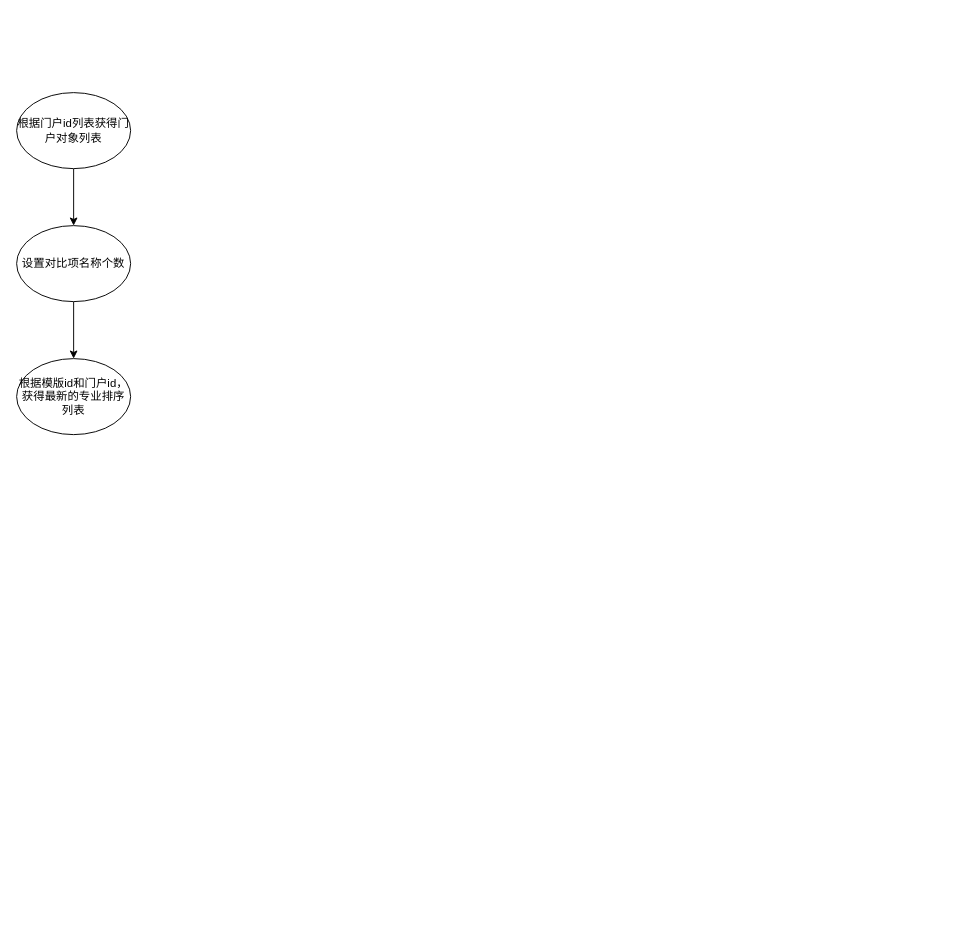
Before: 接口流程图.drawio in KeatonLi/pictures, a draw.io diagram. Source tidied: cells renumbered, new cells numbered last; positions are measured from the earlier drawing's top-left corner, leaving out a move shared by most shapes. Both pictures are drawn from the tidied source at 95%, with x=0, y=0 at pixel (16, 92).
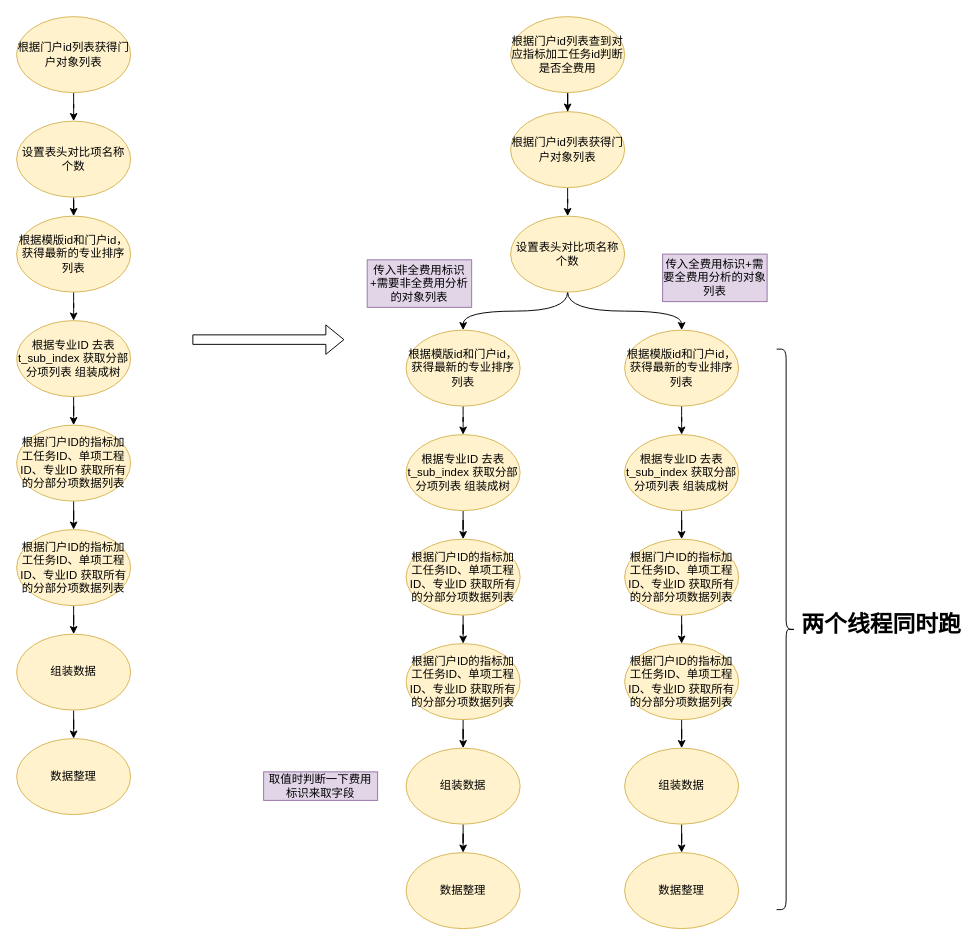
The same page after the edit.

Commit message (it also covers changes not shown here):
更新接口流程图.drawio

What changed in the source:
```diff
@@
-    <mxCell id="2" style="edgeStyle=orthogonalEdgeStyle;rounded=0;jettySize=auto;html=1;entryX=0.5;entryY=0;entryDx=0;entryDy=0;" parent="1" edge="1" source="3" target="5">
+    <mxCell id="2" style="edgeStyle=orthogonalEdgeStyle;rounded=1;jettySize=auto;html=1;entryX=0.5;entryY=0;entryDx=0;entryDy=0;" parent="1" edge="1" source="3" target="5">
       <mxGeometry relative="1" as="geometry" />
     </mxCell>
-    <mxCell id="3" value="根据门户id列表获得门户对象列表" style="ellipse;whiteSpace=wrap;html=1;" parent="1" vertex="1">
-      <mxGeometry width="120" height="80" as="geometry" />
+    <mxCell id="3" value="根据门户id列表获得门户对象列表" style="ellipse;whiteSpace=wrap;html=1;rounded=1;fillColor=#fff2cc;strokeColor=#d6b656;" parent="1" vertex="1">
+      <mxGeometry y="-80" width="120" height="80" as="geometry" />
     </mxCell>
-    <mxCell id="4" style="edgeStyle=orthogonalEdgeStyle;rounded=0;jettySize=auto;html=1;entryX=0.5;entryY=0;entryDx=0;entryDy=0;" parent="1" edge="1" source="5" target="6">
+    <mxCell id="4" style="edgeStyle=orthogonalEdgeStyle;rounded=1;jettySize=auto;html=1;entryX=0.5;entryY=0;entryDx=0;entryDy=0;" parent="1" edge="1" source="5" target="6">
       <mxGeometry relative="1" as="geometry" />
     </mxCell>
-    <mxCell id="5" value="设置对比项名称个数" style="ellipse;whiteSpace=wrap;html=1;" parent="1" vertex="1">
-      <mxGeometry y="140" width="120" height="80" as="geometry" />
+    <mxCell id="5" value="设置表头对比项名称个数" style="ellipse;whiteSpace=wrap;html=1;rounded=1;fillColor=#fff2cc;strokeColor=#d6b656;" parent="1" vertex="1">
+      <mxGeometry y="30" width="120" height="80" as="geometry" />
     </mxCell>
+    <mxCell id="7" style="edgeStyle=orthogonalEdgeStyle;rounded=1;jettySize=auto;html=1;entryX=0.5;entryY=0;entryDx=0;entryDy=0;" parent="1" edge="1" source="6" target="9">
+      <mxGeometry relative="1" as="geometry" />
+    </mxCell>
-    <mxCell id="6" value="根据模版id和门户id，获得最新的专业排序列表" style="ellipse;whiteSpace=wrap;html=1;" parent="1" vertex="1">
-      <mxGeometry y="280" width="120" height="80" as="geometry" />
+    <mxCell id="6" value="根据模版id和门户id，获得最新的专业排序列表" style="ellipse;whiteSpace=wrap;html=1;rounded=1;fillColor=#fff2cc;strokeColor=#d6b656;" parent="1" vertex="1">
+      <mxGeometry y="130" width="120" height="80" as="geometry" />
     </mxCell>
+    <mxCell id="8" style="edgeStyle=orthogonalEdgeStyle;rounded=0;jettySize=auto;html=1;" parent="1" edge="1" source="9" target="11">
+      <mxGeometry relative="1" as="geometry" />
+    </mxCell>
+    <mxCell id="9" value="根据专业ID 去表 t_sub_index 获取分部分项列表 组装成树" style="ellipse;whiteSpace=wrap;html=1;rounded=1;fillColor=#fff2cc;strokeColor=#d6b656;" parent="1" vertex="1">
+      <mxGeometry y="240" width="120" height="80" as="geometry" />
+    </mxCell>
+    <mxCell id="10" style="edgeStyle=orthogonalEdgeStyle;rounded=0;jettySize=auto;html=1;entryX=0.5;entryY=0;entryDx=0;entryDy=0;" parent="1" edge="1" source="11" target="13">
+      <mxGeometry relative="1" as="geometry" />
+    </mxCell>
+    <mxCell id="11" value="根据门户ID的指标加工任务ID、单项工程ID、专业ID 获取所有的分部分项数据列表" style="ellipse;whiteSpace=wrap;html=1;rounded=1;fillColor=#fff2cc;strokeColor=#d6b656;" parent="1" vertex="1">
+      <mxGeometry y="350" width="120" height="80" as="geometry" />
+    </mxCell>
+    <mxCell id="12" style="edgeStyle=orthogonalEdgeStyle;rounded=0;jettySize=auto;html=1;entryX=0.5;entryY=0;entryDx=0;entryDy=0;" parent="1" edge="1" source="13" target="15">
+      <mxGeometry relative="1" as="geometry" />
+    </mxCell>
+    <mxCell id="13" value="根据门户ID的指标加工任务ID、单项工程ID、专业ID 获取所有的分部分项数据列表" style="ellipse;whiteSpace=wrap;html=1;rounded=1;fillColor=#fff2cc;strokeColor=#d6b656;" parent="1" vertex="1">
+      <mxGeometry y="460" width="120" height="80" as="geometry" />
+    </mxCell>
+    <mxCell id="14" style="edgeStyle=orthogonalEdgeStyle;rounded=0;jettySize=auto;html=1;entryX=0.5;entryY=0;entryDx=0;entryDy=0;" parent="1" edge="1" source="15" target="16">
+      <mxGeometry relative="1" as="geometry" />
+    </mxCell>
+    <mxCell id="15" value="组装数据" style="ellipse;whiteSpace=wrap;html=1;rounded=1;fillColor=#fff2cc;strokeColor=#d6b656;" parent="1" vertex="1">
+      <mxGeometry y="570" width="120" height="80" as="geometry" />
+    </mxCell>
+    <mxCell id="16" value="数据整理" style="ellipse;whiteSpace=wrap;html=1;rounded=1;fillColor=#fff2cc;strokeColor=#d6b656;" parent="1" vertex="1">
+      <mxGeometry y="680" width="120" height="80" as="geometry" />
+    </mxCell>
+    <mxCell id="17" style="shape=flexArrow;endArrow=classic;html=1;rounded=0;" parent="1" edge="1">
+      <mxGeometry relative="1" as="geometry">
+        <mxPoint x="185" y="260" as="sourcePoint" />
+        <mxPoint x="345" y="260" as="targetPoint" />
+      </mxGeometry>
+    </mxCell>
+    <mxCell id="18" style="edgeStyle=orthogonalEdgeStyle;rounded=0;jettySize=auto;html=1;entryX=0.5;entryY=0;entryDx=0;entryDy=0;" parent="1" edge="1" source="19" target="21">
+      <mxGeometry relative="1" as="geometry" />
+    </mxCell>
+    <mxCell id="19" value="根据门户id列表查到对应指标加工任务id判断是否全费用" style="ellipse;whiteSpace=wrap;html=1;rounded=1;fillColor=#fff2cc;strokeColor=#d6b656;" parent="1" vertex="1">
+      <mxGeometry x="520" y="-80" width="120" height="80" as="geometry" />
+    </mxCell>
+    <mxCell id="20" style="edgeStyle=orthogonalEdgeStyle;rounded=1;jettySize=auto;html=1;entryX=0.5;entryY=0;entryDx=0;entryDy=0;" parent="1" edge="1" source="21" target="24">
+      <mxGeometry relative="1" as="geometry" />
+    </mxCell>
+    <mxCell id="21" value="根据门户id列表获得门户对象列表" style="ellipse;whiteSpace=wrap;html=1;rounded=1;fillColor=#fff2cc;strokeColor=#d6b656;" parent="1" vertex="1">
+      <mxGeometry x="520" y="20" width="120" height="80" as="geometry" />
+    </mxCell>
+    <mxCell id="22" style="edgeStyle=orthogonalEdgeStyle;jettySize=auto;html=1;entryX=0.5;entryY=0;entryDx=0;entryDy=0;curved=1;" parent="1" edge="1" source="24" target="37">
+      <mxGeometry relative="1" as="geometry" />
+    </mxCell>
+    <mxCell id="23" style="edgeStyle=orthogonalEdgeStyle;jettySize=auto;html=1;entryX=0.5;entryY=0;entryDx=0;entryDy=0;curved=1;" parent="1" edge="1" source="24" target="26">
+      <mxGeometry relative="1" as="geometry" />
+    </mxCell>
+    <mxCell id="24" value="设置表头对比项名称个数" style="ellipse;whiteSpace=wrap;html=1;rounded=1;fillColor=#fff2cc;strokeColor=#d6b656;" parent="1" vertex="1">
+      <mxGeometry x="520" y="130" width="120" height="80" as="geometry" />
+    </mxCell>
+    <mxCell id="25" style="edgeStyle=orthogonalEdgeStyle;rounded=1;jettySize=auto;html=1;entryX=0.5;entryY=0;entryDx=0;entryDy=0;" parent="1" edge="1" source="26" target="28">
+      <mxGeometry relative="1" as="geometry" />
+    </mxCell>
+    <mxCell id="26" value="根据模版id和门户id，获得最新的专业排序列表" style="ellipse;whiteSpace=wrap;html=1;rounded=1;fillColor=#fff2cc;strokeColor=#d6b656;" parent="1" vertex="1">
+      <mxGeometry x="640" y="250" width="120" height="80" as="geometry" />
+    </mxCell>
+    <mxCell id="27" style="edgeStyle=orthogonalEdgeStyle;rounded=0;jettySize=auto;html=1;" parent="1" edge="1" source="28" target="30">
+      <mxGeometry relative="1" as="geometry" />
+    </mxCell>
+    <mxCell id="28" value="根据专业ID 去表 t_sub_index 获取分部分项列表 组装成树" style="ellipse;whiteSpace=wrap;html=1;rounded=1;fillColor=#fff2cc;strokeColor=#d6b656;" parent="1" vertex="1">
+      <mxGeometry x="640" y="360" width="120" height="80" as="geometry" />
+    </mxCell>
+    <mxCell id="29" style="edgeStyle=orthogonalEdgeStyle;rounded=0;jettySize=auto;html=1;entryX=0.5;entryY=0;entryDx=0;entryDy=0;" parent="1" edge="1" source="30" target="32">
+      <mxGeometry relative="1" as="geometry" />
+    </mxCell>
+    <mxCell id="30" value="根据门户ID的指标加工任务ID、单项工程ID、专业ID 获取所有的分部分项数据列表" style="ellipse;whiteSpace=wrap;html=1;rounded=1;fillColor=#fff2cc;strokeColor=#d6b656;" parent="1" vertex="1">
+      <mxGeometry x="640" y="470" width="120" height="80" as="geometry" />
+    </mxCell>
+    <mxCell id="31" style="edgeStyle=orthogonalEdgeStyle;rounded=0;jettySize=auto;html=1;entryX=0.5;entryY=0;entryDx=0;entryDy=0;" parent="1" edge="1" source="32" target="34">
+      <mxGeometry relative="1" as="geometry" />
+    </mxCell>
+    <mxCell id="32" value="根据门户ID的指标加工任务ID、单项工程ID、专业ID 获取所有的分部分项数据列表" style="ellipse;whiteSpace=wrap;html=1;rounded=1;fillColor=#fff2cc;strokeColor=#d6b656;" parent="1" vertex="1">
+      <mxGeometry x="640" y="580" width="120" height="80" as="geometry" />
+    </mxCell>
+    <mxCell id="33" style="edgeStyle=orthogonalEdgeStyle;rounded=0;jettySize=auto;html=1;entryX=0.5;entryY=0;entryDx=0;entryDy=0;" parent="1" edge="1" source="34" target="35">
+      <mxGeometry relative="1" as="geometry" />
+    </mxCell>
+    <mxCell id="34" value="组装数据" style="ellipse;whiteSpace=wrap;html=1;rounded=1;fillColor=#fff2cc;strokeColor=#d6b656;" parent="1" vertex="1">
+      <mxGeometry x="640" y="690" width="120" height="80" as="geometry" />
+    </mxCell>
+    <mxCell id="35" value="数据整理" style="ellipse;whiteSpace=wrap;html=1;rounded=1;fillColor=#fff2cc;strokeColor=#d6b656;" parent="1" vertex="1">
+      <mxGeometry x="640" y="800" width="120" height="80" as="geometry" />
+    </mxCell>
+    <mxCell id="36" style="edgeStyle=orthogonalEdgeStyle;rounded=1;jettySize=auto;html=1;entryX=0.5;entryY=0;entryDx=0;entryDy=0;" parent="1" edge="1" source="37" target="39">
+      <mxGeometry relative="1" as="geometry" />
+    </mxCell>
+    <mxCell id="37" value="根据模版id和门户id，获得最新的专业排序列表" style="ellipse;whiteSpace=wrap;html=1;rounded=1;fillColor=#fff2cc;strokeColor=#d6b656;" parent="1" vertex="1">
+      <mxGeometry x="410" y="250" width="120" height="80" as="geometry" />
+    </mxCell>
+    <mxCell id="38" style="edgeStyle=orthogonalEdgeStyle;rounded=0;jettySize=auto;html=1;" parent="1" edge="1" source="39" target="41">
+      <mxGeometry relative="1" as="geometry" />
+    </mxCell>
+    <mxCell id="39" value="根据专业ID 去表 t_sub_index 获取分部分项列表 组装成树" style="ellipse;whiteSpace=wrap;html=1;rounded=1;fillColor=#fff2cc;strokeColor=#d6b656;" parent="1" vertex="1">
+      <mxGeometry x="410" y="360" width="120" height="80" as="geometry" />
+    </mxCell>
+    <mxCell id="40" style="edgeStyle=orthogonalEdgeStyle;rounded=0;jettySize=auto;html=1;entryX=0.5;entryY=0;entryDx=0;entryDy=0;" parent="1" edge="1" source="41" target="43">
+      <mxGeometry relative="1" as="geometry" />
+    </mxCell>
+    <mxCell id="41" value="根据门户ID的指标加工任务ID、单项工程ID、专业ID 获取所有的分部分项数据列表" style="ellipse;whiteSpace=wrap;html=1;rounded=1;fillColor=#fff2cc;strokeColor=#d6b656;" parent="1" vertex="1">
+      <mxGeometry x="410" y="470" width="120" height="80" as="geometry" />
+    </mxCell>
+    <mxCell id="42" style="edgeStyle=orthogonalEdgeStyle;rounded=0;jettySize=auto;html=1;entryX=0.5;entryY=0;entryDx=0;entryDy=0;" parent="1" edge="1" source="43" target="45">
+      <mxGeometry relative="1" as="geometry" />
+    </mxCell>
+    <mxCell id="43" value="根据门户ID的指标加工任务ID、单项工程ID、专业ID 获取所有的分部分项数据列表" style="ellipse;whiteSpace=wrap;html=1;rounded=1;fillColor=#fff2cc;strokeColor=#d6b656;" parent="1" vertex="1">
+      <mxGeometry x="410" y="580" width="120" height="80" as="geometry" />
+    </mxCell>
+    <mxCell id="44" style="edgeStyle=orthogonalEdgeStyle;rounded=0;jettySize=auto;html=1;entryX=0.5;entryY=0;entryDx=0;entryDy=0;" parent="1" edge="1" source="45" target="46">
+      <mxGeometry relative="1" as="geometry" />
+    </mxCell>
+    <mxCell id="45" value="组装数据" style="ellipse;whiteSpace=wrap;html=1;rounded=1;fillColor=#fff2cc;strokeColor=#d6b656;" parent="1" vertex="1">
+      <mxGeometry x="410" y="690" width="120" height="80" as="geometry" />
+    </mxCell>
+    <mxCell id="46" value="数据整理" style="ellipse;whiteSpace=wrap;html=1;rounded=1;fillColor=#fff2cc;strokeColor=#d6b656;" parent="1" vertex="1">
+      <mxGeometry x="410" y="800" width="120" height="80" as="geometry" />
+    </mxCell>
+    <mxCell id="47" style="shape=curlyBracket;whiteSpace=wrap;html=1;rounded=1;flipH=1;labelPosition=right;verticalLabelPosition=middle;align=left;verticalAlign=middle;" parent="1" vertex="1">
+      <mxGeometry x="800" y="270" width="20" height="590" as="geometry" />
+    </mxCell>
+    <mxCell id="48" value="两个线程同时跑" style="text;strokeColor=none;fillColor=none;html=1;fontSize=24;fontStyle=1;verticalAlign=middle;align=center;" parent="1" vertex="1">
+      <mxGeometry x="860" y="540" width="100" height="40" as="geometry" />
+    </mxCell>
+    <mxCell id="49" value="传入非全费用标识+需要非全费用分析的对象列表" style="rounded=0;whiteSpace=wrap;html=1;fillColor=#e1d5e7;strokeColor=#9673a6;" parent="1" vertex="1">
+      <mxGeometry x="369" y="176" width="110" height="50" as="geometry" />
+    </mxCell>
+    <mxCell id="50" value="传入全费用标识+需要全费用分析的对象列表" style="rounded=0;whiteSpace=wrap;html=1;fillColor=#e1d5e7;strokeColor=#9673a6;" parent="1" vertex="1">
+      <mxGeometry x="680" y="170" width="110" height="50" as="geometry" />
+    </mxCell>
+    <mxCell id="51" value="取值时判断一下费用标识来取字段" style="rounded=0;whiteSpace=wrap;html=1;fillColor=#e1d5e7;strokeColor=#9673a6;" parent="1" vertex="1">
+      <mxGeometry x="260" y="715" width="120" height="30" as="geometry" />
+    </mxCell>
```
